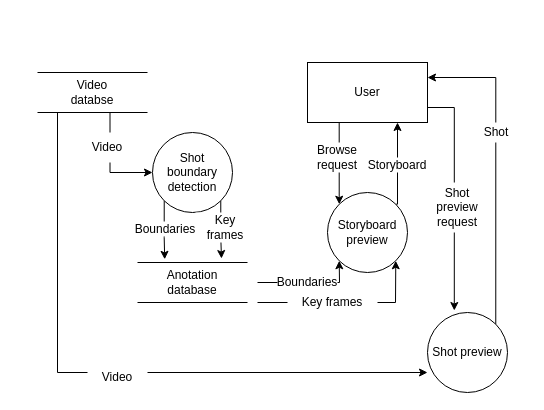
Earlier version of the draw.io diagram Latihan 4/Latihan 4.drawio (eunikekristianti/PMC). Source tidied: cells renumbered, new cells numbered last; positions are measured from the earlier drawing's top-left corner, leaving out a move shared by most shapes. Both pictures are drawn from the tidied source at 100%, with x=0, y=0 at pixel (37, 62).
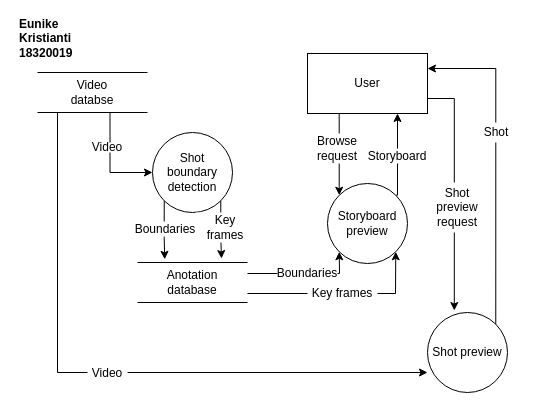
Above is the later version.

Change to the diagram source:
```diff
@@
-    <mxCell id="9" value="Shot boundary detection" style="ellipse;whiteSpace=wrap;html=1;" parent="1" vertex="1">
+    <mxCell id="9" value="Shot boundary detection" style="ellipse;verticalAlign=middle;html=1;whiteSpace=wrap;" parent="1" vertex="1">
       <mxGeometry x="115" y="70" width="80" height="80" as="geometry" />
     </mxCell>
@@
     <mxCell id="13" style="edgeStyle=orthogonalEdgeStyle;rounded=0;jettySize=auto;html=1;exitX=1;exitY=0;exitDx=0;exitDy=0;entryX=0.75;entryY=1;entryDx=0;entryDy=0;" parent="1" edge="1" source="14" target="17">
       <mxGeometry relative="1" as="geometry">
         <Array as="points">
-          <mxPoint x="360" y="142" />
+          <mxPoint x="360" y="133" />
         </Array>
       </mxGeometry>
     </mxCell>
     <mxCell id="14" value="Storyboard preview" style="ellipse;whiteSpace=wrap;html=1;" parent="1" vertex="1">
-      <mxGeometry x="290" y="130" width="80" height="80" as="geometry" />
+      <mxGeometry x="290" y="121" width="80" height="80" as="geometry" />
     </mxCell>
     <mxCell id="15" style="edgeStyle=orthogonalEdgeStyle;rounded=0;jettySize=auto;html=1;exitX=0.25;exitY=1;exitDx=0;exitDy=0;entryX=0;entryY=0;entryDx=0;entryDy=0;" parent="1" edge="1" source="17" target="14">
       <mxGeometry relative="1" as="geometry">
         <Array as="points">
-          <mxPoint x="302" y="60" />
+          <mxPoint x="302" y="51" />
         </Array>
       </mxGeometry>
     </mxCell>
@@
     <mxCell id="17" value="User" style="rounded=0;whiteSpace=wrap;html=1;" parent="1" vertex="1">
-      <mxGeometry x="270" width="120" height="60" as="geometry" />
+      <mxGeometry x="270" y="-9" width="120" height="60" as="geometry" />
     </mxCell>
@@
     <mxCell id="20" style="endArrow=classic;html=1;rounded=0;entryX=0;entryY=1;entryDx=0;entryDy=0;" parent="1" edge="1" target="14">
       <mxGeometry relative="1" as="geometry">
-        <mxPoint x="220" y="220" as="sourcePoint" />
+        <mxPoint x="210" y="211" as="sourcePoint" />
         <Array as="points">
-          <mxPoint x="302" y="220" />
+          <mxPoint x="302" y="211" />
         </Array>
       </mxGeometry>
     </mxCell>
     <mxCell id="21" style="endArrow=classic;html=1;rounded=0;entryX=1;entryY=1;entryDx=0;entryDy=0;" parent="1" edge="1" target="14">
       <mxGeometry relative="1" as="geometry">
-        <mxPoint x="220" y="240" as="sourcePoint" />
+        <mxPoint x="210" y="231" as="sourcePoint" />
         <Array as="points">
-          <mxPoint x="358" y="240" />
+          <mxPoint x="358" y="231" />
         </Array>
       </mxGeometry>
     </mxCell>
     <mxCell id="22" value="Video" style="text;html=1;strokeColor=none;fillColor=#FFFFFF;align=center;verticalAlign=middle;whiteSpace=wrap;rounded=0;" parent="1" vertex="1">
-      <mxGeometry x="50" y="300" width="60" height="30" as="geometry" />
+      <mxGeometry x="50" y="301" width="40" height="20" as="geometry" />
     </mxCell>
     <mxCell id="23" value="Video" style="text;html=1;strokeColor=none;fillColor=#FFFFFF;align=center;verticalAlign=middle;whiteSpace=wrap;rounded=0;" parent="1" vertex="1">
-      <mxGeometry x="40" y="70" width="60" height="30" as="geometry" />
+      <mxGeometry x="40" y="80" width="60" height="10" as="geometry" />
     </mxCell>
@@
     <mxCell id="26" value="Boundaries" style="text;html=1;strokeColor=none;fillColor=#FFFFFF;align=center;verticalAlign=middle;whiteSpace=wrap;rounded=0;" parent="1" vertex="1">
-      <mxGeometry x="240" y="212.5" width="60" height="15" as="geometry" />
+      <mxGeometry x="240" y="203.5" width="60" height="15" as="geometry" />
     </mxCell>
     <mxCell id="27" value="Key frames" style="text;html=1;strokeColor=none;fillColor=#FFFFFF;align=center;verticalAlign=middle;whiteSpace=wrap;rounded=0;" parent="1" vertex="1">
-      <mxGeometry x="250" y="235" width="90" height="10" as="geometry" />
+      <mxGeometry x="270" y="226" width="70" height="10" as="geometry" />
     </mxCell>
     <mxCell id="28" value="Browse request" style="text;html=1;strokeColor=none;fillColor=#FFFFFF;align=center;verticalAlign=middle;whiteSpace=wrap;rounded=0;" parent="1" vertex="1">
-      <mxGeometry x="270" y="80" width="60" height="30" as="geometry" />
+      <mxGeometry x="270" y="71" width="60" height="30" as="geometry" />
     </mxCell>
     <mxCell id="29" value="Storyboard" style="text;html=1;strokeColor=none;fillColor=#FFFFFF;align=center;verticalAlign=middle;whiteSpace=wrap;rounded=0;" parent="1" vertex="1">
-      <mxGeometry x="330" y="95" width="60" height="15" as="geometry" />
+      <mxGeometry x="330" y="86" width="60" height="15" as="geometry" />
     </mxCell>
@@
+    <mxCell id="32" value="Eunike Kristianti&amp;nbsp; 18320019" style="text;html=1;strokeColor=none;fillColor=none;align=left;verticalAlign=middle;whiteSpace=wrap;rounded=0;fontStyle=1;" parent="1" vertex="1">
+      <mxGeometry x="-20" y="-39" width="100" height="30" as="geometry" />
+    </mxCell>
```
